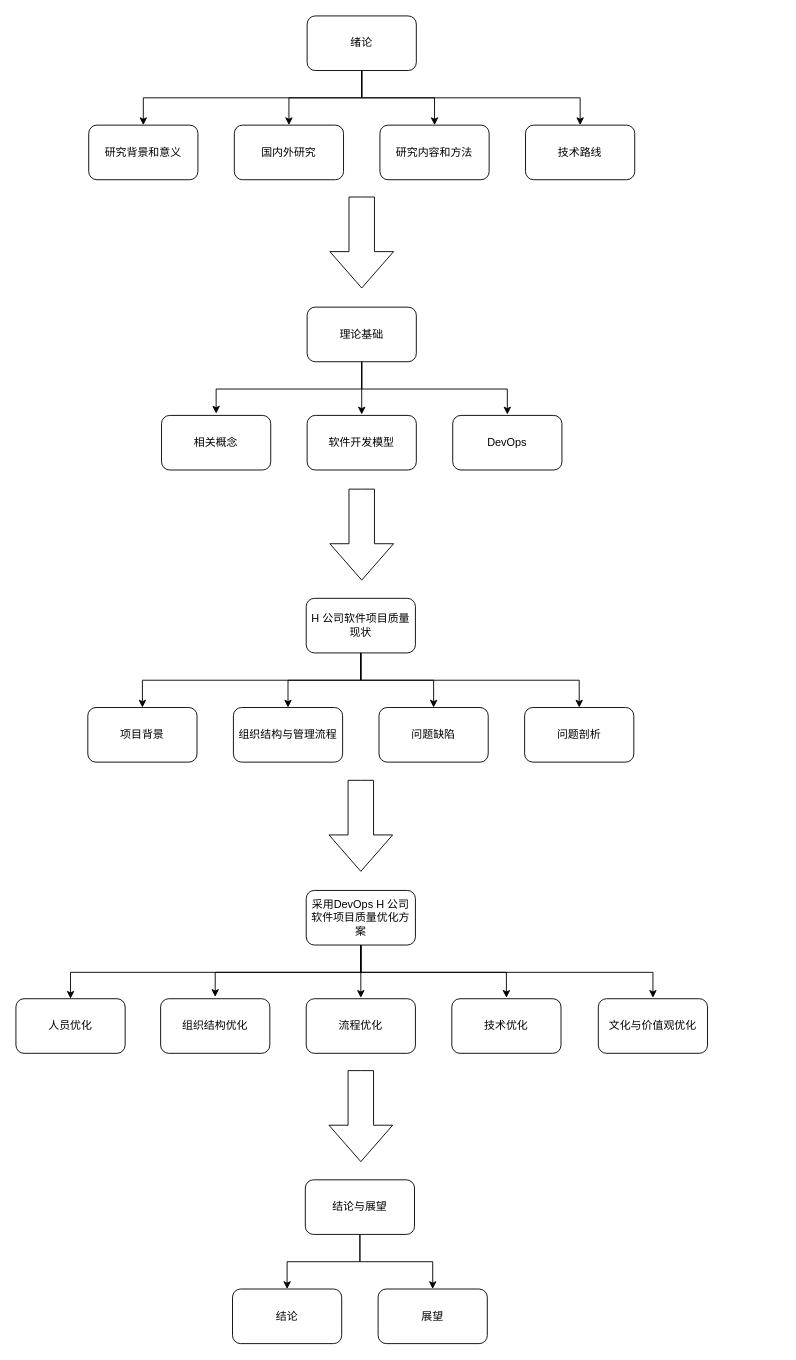
jovanliuc/master-thesis keeps this draw.io diagram as assets/未命名绘图.drawio. Above is the earlier version. Source tidied: cells renumbered, new cells numbered last; positions are measured from the earlier drawing's top-left corner, leaving out a move shared by most shapes. Both pictures are drawn from the tidied source at 91%, with x=0, y=0 at pixel (15, 15).
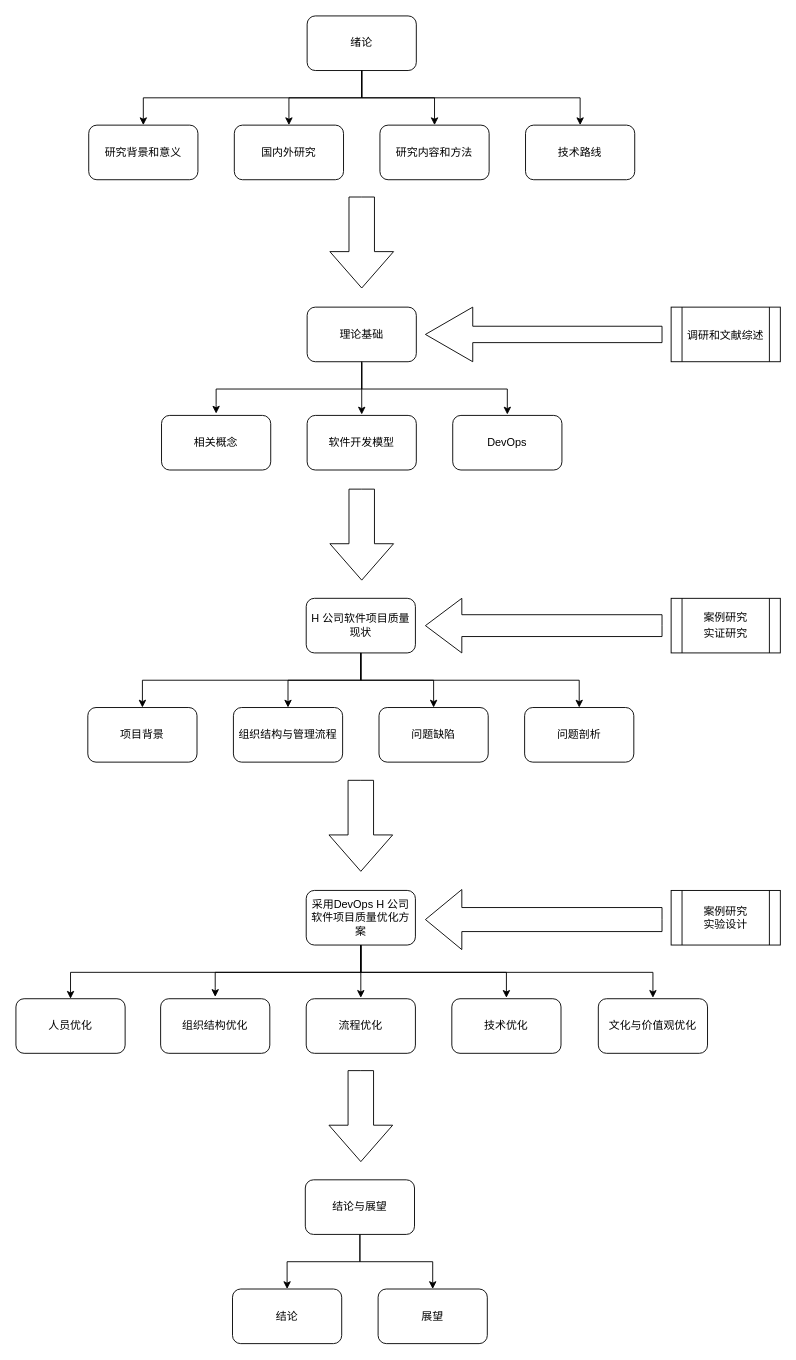
Above is the later version.

Commit message:
更新未命名绘图.drawio

What changed in the source:
```diff
@@
+    <mxCell id="47" value="调研和文献综述&lt;span style=&quot;font-size: medium; text-align: start;&quot;&gt;&lt;/span&gt;" style="shape=process;whiteSpace=wrap;html=1;backgroundOutline=1;" parent="1" vertex="1">
+      <mxGeometry x="720" y="320" width="120" height="60" as="geometry" />
+    </mxCell>
+    <mxCell id="48" style="shape=singleArrow;direction=west;whiteSpace=wrap;html=1;" parent="1" vertex="1">
+      <mxGeometry x="450" y="320" width="260" height="60" as="geometry" />
+    </mxCell>
+    <mxCell id="49" value="案例研究&lt;br&gt;实证研究&lt;span style=&quot;font-size: medium; text-align: start;&quot;&gt;&lt;/span&gt;&lt;br&gt;&lt;span style=&quot;font-size: medium; text-align: start;&quot;&gt;&lt;/span&gt;" style="shape=process;whiteSpace=wrap;html=1;backgroundOutline=1;" parent="1" vertex="1">
+      <mxGeometry x="720" y="640" width="120" height="60" as="geometry" />
+    </mxCell>
+    <mxCell id="50" style="html=1;shadow=0;dashed=0;align=center;verticalAlign=middle;shape=mxgraph.arrows2.arrow;dy=0.6;dx=40;flipH=1;notch=0;" parent="1" vertex="1">
+      <mxGeometry x="450" y="640" width="260" height="60" as="geometry" />
+    </mxCell>
+    <mxCell id="51" value="案例研究&lt;br&gt;实验设计&lt;br&gt;&lt;span style=&quot;font-size: medium; text-align: start;&quot;&gt;&lt;/span&gt;" style="shape=process;whiteSpace=wrap;html=1;backgroundOutline=1;" parent="1" vertex="1">
+      <mxGeometry x="720" y="961" width="120" height="60" as="geometry" />
+    </mxCell>
+    <mxCell id="52" style="html=1;shadow=0;dashed=0;align=center;verticalAlign=middle;shape=mxgraph.arrows2.arrow;dy=0.6;dx=40;flipH=1;notch=0;" parent="1" vertex="1">
+      <mxGeometry x="450" y="960" width="260" height="66" as="geometry" />
+    </mxCell>
```
